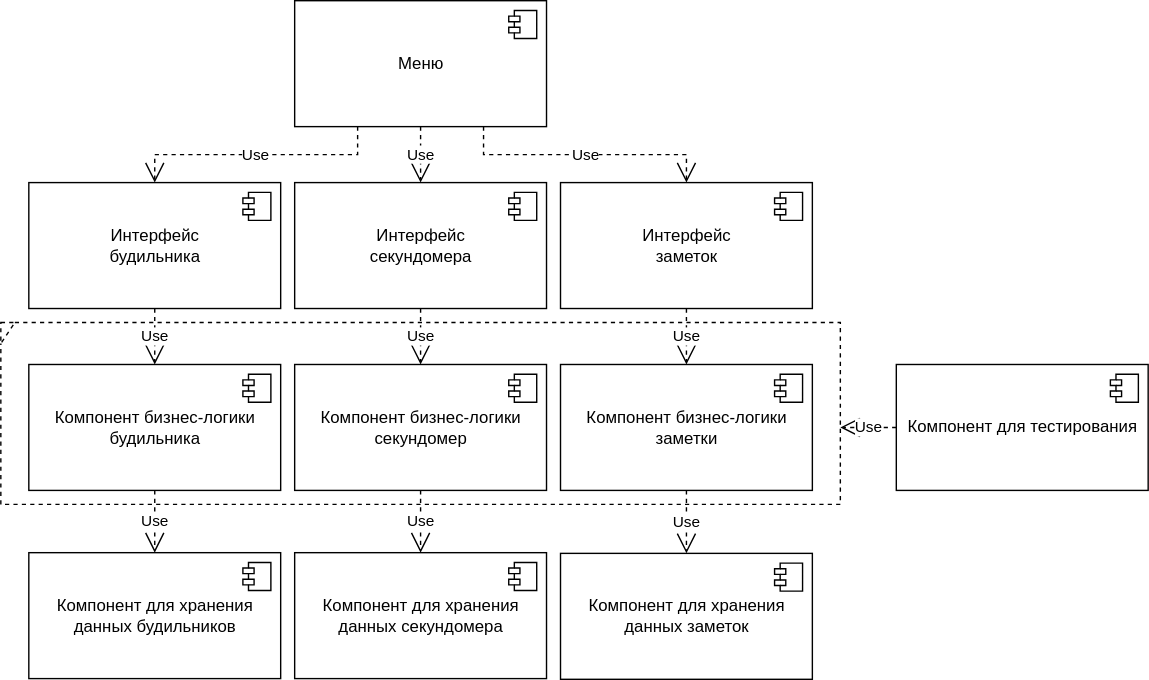
The draw.io diagram Изображения/Лаба-Схема компонентов.svg in izen57/PPO, before a commit. Source tidied: cells renumbered, new cells last; positions are measured from the earlier drawing's top-left corner, leaving out a move shared by most shapes.
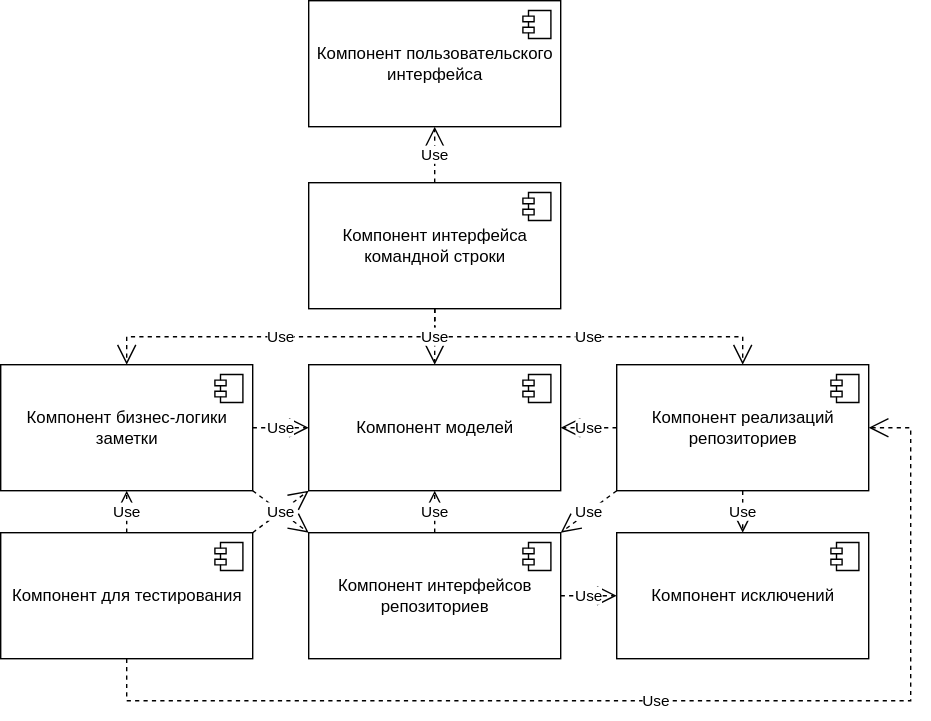
Later version of the same file.

The edit, as a diff of the source:
```diff
@@ -2,42 +2,16 @@
   <root>
     <mxCell id="0" />
     <mxCell id="1" parent="0" />
-    <mxCell id="2" value="&lt;div&gt;Компонент для хранения&lt;/div&gt;&lt;div&gt;данных секундомера&lt;/div&gt;" style="html=1;" parent="1" vertex="1">
-      <mxGeometry x="210" y="394.5" width="180" height="90" as="geometry" />
+    <mxCell id="2" value="&lt;div&gt;Компонент реализаций&lt;br&gt;&lt;/div&gt;&lt;div&gt;репозиториев&lt;/div&gt;" style="html=1;" parent="1" vertex="1">
+      <mxGeometry x="420" y="180" width="180" height="90" as="geometry" />
     </mxCell>
     <mxCell id="3" style="shape=module;jettyWidth=8;jettyHeight=4;" parent="2" vertex="1">
       <mxGeometry x="1" width="20" height="20" relative="1" as="geometry">
         <mxPoint x="-27" y="7" as="offset" />
       </mxGeometry>
     </mxCell>
-    <mxCell id="4" value="&lt;div&gt;Интерфейс&lt;br&gt;&lt;/div&gt;секундомера" style="html=1;" parent="1" vertex="1">
-      <mxGeometry x="210" y="130" width="180" height="90" as="geometry" />
-    </mxCell>
-    <mxCell id="5" style="shape=module;jettyWidth=8;jettyHeight=4;" parent="4" vertex="1">
-      <mxGeometry x="1" width="20" height="20" relative="1" as="geometry">
-        <mxPoint x="-27" y="7" as="offset" />
-      </mxGeometry>
-    </mxCell>
-    <mxCell id="6" value="Use" style="endArrow=open;endSize=12;dashed=1;html=1;rounded=0;exitX=0.5;exitY=1;exitDx=0;exitDy=0;entryX=0.5;entryY=0;entryDx=0;entryDy=0;startArrow=none;startFill=0;edgeStyle=elbowEdgeStyle;elbow=vertical;" parent="1" edge="1" target="2">
-      <mxGeometry relative="1" as="geometry">
-        <mxPoint x="300" y="350" as="sourcePoint" />
-      </mxGeometry>
-    </mxCell>
-    <mxCell id="7" value="Use" style="endArrow=open;endSize=12;dashed=1;html=1;rounded=0;exitX=0.5;exitY=1;exitDx=0;exitDy=0;entryX=0.5;entryY=0;entryDx=0;entryDy=0;startArrow=none;startFill=0;" parent="1" edge="1" source="4">
-      <mxGeometry relative="1" as="geometry">
-        <mxPoint x="300" y="260" as="targetPoint" />
-      </mxGeometry>
-    </mxCell>
-    <mxCell id="8" value="&lt;div&gt;Компонент бизнес-логики&lt;/div&gt;&lt;div&gt;будильника&lt;/div&gt;" style="html=1;" parent="1" vertex="1">
-      <mxGeometry x="20" y="260" width="180" height="90" as="geometry" />
-    </mxCell>
-    <mxCell id="9" style="shape=module;jettyWidth=8;jettyHeight=4;" parent="8" vertex="1">
-      <mxGeometry x="1" width="20" height="20" relative="1" as="geometry">
-        <mxPoint x="-27" y="7" as="offset" />
-      </mxGeometry>
-    </mxCell>
-    <mxCell id="10" value="&lt;div&gt;Компонент бизнес-логики&lt;/div&gt;&lt;div&gt;секундомер&lt;/div&gt;" style="html=1;" parent="1" vertex="1">
-      <mxGeometry x="210" y="260" width="180" height="90" as="geometry" />
+    <mxCell id="10" value="&lt;div&gt;Компонент исключений&lt;/div&gt;" style="html=1;" parent="1" vertex="1">
+      <mxGeometry x="420" y="300" width="180" height="90" as="geometry" />
     </mxCell>
     <mxCell id="11" style="shape=module;jettyWidth=8;jettyHeight=4;" parent="10" vertex="1">
       <mxGeometry x="1" width="20" height="20" relative="1" as="geometry">
@@ -45,87 +19,100 @@
       </mxGeometry>
     </mxCell>
     <mxCell id="12" value="&lt;div&gt;Компонент бизнес-логики&lt;/div&gt;&lt;div&gt;заметки&lt;/div&gt;" style="html=1;" parent="1" vertex="1">
-      <mxGeometry x="400" y="260" width="180" height="90" as="geometry" />
+      <mxGeometry x="-20" y="180" width="180" height="90" as="geometry" />
     </mxCell>
     <mxCell id="13" style="shape=module;jettyWidth=8;jettyHeight=4;" parent="12" vertex="1">
       <mxGeometry x="1" width="20" height="20" relative="1" as="geometry">
         <mxPoint x="-27" y="7" as="offset" />
       </mxGeometry>
     </mxCell>
-    <mxCell id="14" value="Use" style="endArrow=open;endSize=12;dashed=1;html=1;rounded=0;exitX=0.5;exitY=1;exitDx=0;exitDy=0;entryX=0.5;entryY=0;entryDx=0;entryDy=0;startArrow=none;startFill=0;edgeStyle=elbowEdgeStyle;elbow=vertical;" parent="1" edge="1" source="24" target="8">
-      <mxGeometry relative="1" as="geometry" />
-    </mxCell>
-    <mxCell id="15" value="Use" style="endArrow=open;endSize=12;dashed=1;html=1;rounded=0;exitX=0.5;exitY=1;exitDx=0;exitDy=0;entryX=0.5;entryY=0;entryDx=0;entryDy=0;startArrow=none;startFill=0;edgeStyle=elbowEdgeStyle;elbow=vertical;" parent="1" edge="1" source="22" target="12">
-      <mxGeometry relative="1" as="geometry" />
-    </mxCell>
-    <mxCell id="16" value="Use" style="endArrow=open;endSize=12;dashed=1;html=1;rounded=0;exitX=0.5;exitY=1;exitDx=0;exitDy=0;entryX=0.5;entryY=0;entryDx=0;entryDy=0;startArrow=none;startFill=0;edgeStyle=elbowEdgeStyle;elbow=vertical;endFill=0;" parent="1" edge="1" source="8" target="20">
-      <mxGeometry relative="1" as="geometry" />
-    </mxCell>
-    <mxCell id="17" value="Use" style="endArrow=open;endSize=12;dashed=1;html=1;rounded=0;exitX=0.5;exitY=1;exitDx=0;exitDy=0;startArrow=none;startFill=0;edgeStyle=elbowEdgeStyle;elbow=vertical;entryX=0.5;entryY=0;entryDx=0;entryDy=0;" parent="1" edge="1" source="12" target="18">
-      <mxGeometry relative="1" as="geometry" />
-    </mxCell>
-    <mxCell id="18" value="&lt;div&gt;Компонент для хранения&lt;/div&gt;&lt;div&gt;данных заметок&lt;/div&gt;" style="html=1;" parent="1" vertex="1">
-      <mxGeometry x="400" y="395" width="180" height="90" as="geometry" />
+    <mxCell id="18" value="&lt;div&gt;Компонент моделей&lt;/div&gt;" style="html=1;" parent="1" vertex="1">
+      <mxGeometry x="200" y="180" width="180" height="90" as="geometry" />
     </mxCell>
     <mxCell id="19" style="shape=module;jettyWidth=8;jettyHeight=4;" parent="18" vertex="1">
       <mxGeometry x="1" width="20" height="20" relative="1" as="geometry">
         <mxPoint x="-27" y="7" as="offset" />
       </mxGeometry>
     </mxCell>
-    <mxCell id="20" value="&lt;div&gt;Компонент для хранения&lt;/div&gt;&lt;div&gt;данных будильников&lt;/div&gt;" style="html=1;" parent="1" vertex="1">
-      <mxGeometry x="20" y="394.5" width="180" height="90" as="geometry" />
+    <mxCell id="20" value="&lt;div&gt;Компонент интерфейсов&lt;/div&gt;&lt;div&gt;репозиториев&lt;br&gt;&lt;/div&gt;" style="html=1;" parent="1" vertex="1">
+      <mxGeometry x="200" y="300" width="180" height="90" as="geometry" />
     </mxCell>
     <mxCell id="21" style="shape=module;jettyWidth=8;jettyHeight=4;" parent="20" vertex="1">
       <mxGeometry x="1" width="20" height="20" relative="1" as="geometry">
         <mxPoint x="-27" y="7" as="offset" />
       </mxGeometry>
     </mxCell>
-    <mxCell id="22" value="&lt;div&gt;Интерфейс&lt;/div&gt;заметок" style="html=1;" parent="1" vertex="1">
-      <mxGeometry x="400" y="130" width="180" height="90" as="geometry" />
+    <mxCell id="22" value="&lt;div&gt;Компонент пользовательского&lt;/div&gt;&lt;div&gt;интерфейса&lt;br&gt;&lt;/div&gt;" style="html=1;" parent="1" vertex="1">
+      <mxGeometry x="200" y="-80" width="180" height="90" as="geometry" />
     </mxCell>
     <mxCell id="23" style="shape=module;jettyWidth=8;jettyHeight=4;" parent="22" vertex="1">
       <mxGeometry x="1" width="20" height="20" relative="1" as="geometry">
         <mxPoint x="-27" y="7" as="offset" />
       </mxGeometry>
     </mxCell>
-    <mxCell id="24" value="&lt;div&gt;Интерфейс&lt;/div&gt;&lt;div&gt;будильника&lt;br&gt;&lt;/div&gt;" style="html=1;" parent="1" vertex="1">
-      <mxGeometry x="20" y="130" width="180" height="90" as="geometry" />
-    </mxCell>
-    <mxCell id="25" style="shape=module;jettyWidth=8;jettyHeight=4;" parent="24" vertex="1">
-      <mxGeometry x="1" width="20" height="20" relative="1" as="geometry">
-        <mxPoint x="-27" y="7" as="offset" />
-      </mxGeometry>
-    </mxCell>
-    <mxCell id="26" value="Меню" style="html=1;" parent="1" vertex="1">
-      <mxGeometry x="210" width="180" height="90" as="geometry" />
+    <mxCell id="26" value="&lt;div&gt;Компонент интерфейса&lt;/div&gt;&lt;div&gt;командной строки&lt;br&gt;&lt;/div&gt;" style="html=1;" parent="1" vertex="1">
+      <mxGeometry x="200" y="50" width="180" height="90" as="geometry" />
     </mxCell>
     <mxCell id="27" style="shape=module;jettyWidth=8;jettyHeight=4;" parent="26" vertex="1">
       <mxGeometry x="1" width="20" height="20" relative="1" as="geometry">
         <mxPoint x="-27" y="7" as="offset" />
       </mxGeometry>
     </mxCell>
-    <mxCell id="28" value="Use" style="endArrow=open;endSize=12;dashed=1;html=1;rounded=0;exitX=0.25;exitY=1;exitDx=0;exitDy=0;entryX=0.5;entryY=0;entryDx=0;entryDy=0;startArrow=none;startFill=0;edgeStyle=elbowEdgeStyle;elbow=vertical;" parent="1" edge="1" source="26" target="24">
-      <mxGeometry relative="1" as="geometry" />
-    </mxCell>
-    <mxCell id="29" value="Use" style="endArrow=open;endSize=12;dashed=1;html=1;rounded=0;exitX=0.5;exitY=1;exitDx=0;exitDy=0;entryX=0.5;entryY=0;entryDx=0;entryDy=0;startArrow=none;startFill=0;edgeStyle=elbowEdgeStyle;elbow=vertical;" parent="1" edge="1" source="26" target="4">
-      <mxGeometry relative="1" as="geometry" />
-    </mxCell>
-    <mxCell id="30" value="Use" style="endArrow=open;endSize=12;dashed=1;html=1;rounded=0;exitX=0.75;exitY=1;exitDx=0;exitDy=0;entryX=0.5;entryY=0;entryDx=0;entryDy=0;startArrow=none;startFill=0;edgeStyle=elbowEdgeStyle;elbow=vertical;" parent="1" edge="1" source="26" target="22">
-      <mxGeometry relative="1" as="geometry" />
-    </mxCell>
-    <mxCell id="31" style="shape=umlFrame;whiteSpace=wrap;html=1;width=10;height=15;dashed=1;" parent="1" vertex="1">
-      <mxGeometry y="230" width="600" height="130" as="geometry" />
-    </mxCell>
     <mxCell id="32" value="Компонент для тестирования" style="html=1;" parent="1" vertex="1">
-      <mxGeometry x="640" y="260" width="180" height="90" as="geometry" />
+      <mxGeometry x="-20" y="300" width="180" height="90" as="geometry" />
     </mxCell>
     <mxCell id="33" style="shape=module;jettyWidth=8;jettyHeight=4;" parent="32" vertex="1">
       <mxGeometry x="1" width="20" height="20" relative="1" as="geometry">
         <mxPoint x="-27" y="7" as="offset" />
       </mxGeometry>
     </mxCell>
-    <mxCell id="34" value="Use" style="endArrow=open;endSize=12;dashed=1;html=1;rounded=0;exitX=0;exitY=0.5;exitDx=0;exitDy=0;startArrow=none;startFill=0;edgeStyle=elbowEdgeStyle;elbow=vertical;" parent="1" edge="1" source="32" target="31">
-      <mxGeometry relative="1" as="geometry" />
-    </mxCell>
+    <mxCell id="35" value="Use" style="endArrow=open;endSize=12;dashed=1;html=1;rounded=0;entryX=0.5;entryY=0;entryDx=0;entryDy=0;exitX=0.5;exitY=1;exitDx=0;exitDy=0;edgeStyle=orthogonalEdgeStyle;" parent="1" edge="1" source="26" target="12">
+      <mxGeometry relative="1" as="geometry" />
+    </mxCell>
+    <mxCell id="36" value="Use" style="endArrow=open;endSize=12;dashed=1;html=1;rounded=0;exitX=0.5;exitY=1;exitDx=0;exitDy=0;entryX=0.5;entryY=0;entryDx=0;entryDy=0;edgeStyle=orthogonalEdgeStyle;" parent="1" edge="1" source="26" target="2">
+      <mxGeometry relative="1" as="geometry" />
+    </mxCell>
+    <mxCell id="37" value="Use" style="endArrow=open;endSize=12;dashed=1;html=1;rounded=0;exitX=0.5;exitY=1;exitDx=0;exitDy=0;entryX=0.5;entryY=0;entryDx=0;entryDy=0;edgeStyle=orthogonalEdgeStyle;" parent="1" edge="1" source="26" target="18">
+      <mxGeometry relative="1" as="geometry" />
+    </mxCell>
+    <mxCell id="30" value="Use" style="endArrow=open;endSize=12;dashed=1;html=1;rounded=0;entryX=0.5;entryY=1;entryDx=0;entryDy=0;exitX=0.5;exitY=0;exitDx=0;exitDy=0;" parent="1" edge="1" source="26" target="22">
+      <mxGeometry relative="1" as="geometry" />
+    </mxCell>
+    <mxCell id="17" value="Use" style="endArrow=open;endSize=12;dashed=1;html=1;rounded=0;entryX=0;entryY=0.5;entryDx=0;entryDy=0;exitX=1;exitY=0.5;exitDx=0;exitDy=0;" parent="1" edge="1" source="12" target="18">
+      <mxGeometry relative="1" as="geometry" />
+    </mxCell>
+    <mxCell id="38" value="Use" style="endArrow=open;endSize=12;dashed=1;html=1;rounded=0;entryX=0;entryY=0;entryDx=0;entryDy=0;exitX=1;exitY=1;exitDx=0;exitDy=0;" parent="1" edge="1" source="12" target="20">
+      <mxGeometry relative="1" as="geometry" />
+    </mxCell>
+    <mxCell id="39" value="Use" style="endArrow=open;endSize=12;dashed=1;html=1;rounded=0;entryX=0.5;entryY=0;entryDx=0;entryDy=0;exitX=0.5;exitY=1;exitDx=0;exitDy=0;" parent="1" edge="1" source="2" target="10">
+      <mxGeometry relative="1" as="geometry" />
+    </mxCell>
+    <mxCell id="40" value="Use" style="endArrow=open;endSize=12;dashed=1;html=1;rounded=0;entryX=0;entryY=0.5;entryDx=0;entryDy=0;exitX=1;exitY=0.5;exitDx=0;exitDy=0;" parent="1" edge="1" source="20" target="10">
+      <mxGeometry relative="1" as="geometry" />
+    </mxCell>
+    <mxCell id="41" value="Use" style="endArrow=open;endSize=12;dashed=1;html=1;rounded=0;entryX=0.5;entryY=1;entryDx=0;entryDy=0;exitX=0.5;exitY=0;exitDx=0;exitDy=0;" parent="1" edge="1" source="20" target="18">
+      <mxGeometry relative="1" as="geometry" />
+    </mxCell>
+    <mxCell id="42" value="Use" style="endArrow=open;endSize=12;dashed=1;html=1;rounded=0;entryX=1;entryY=0.5;entryDx=0;entryDy=0;exitX=0;exitY=0.5;exitDx=0;exitDy=0;" parent="1" edge="1" source="2" target="18">
+      <mxGeometry relative="1" as="geometry" />
+    </mxCell>
+    <mxCell id="43" value="Use" style="endArrow=open;endSize=12;dashed=1;html=1;rounded=0;entryX=1;entryY=0;entryDx=0;entryDy=0;exitX=0;exitY=1;exitDx=0;exitDy=0;" parent="1" edge="1" source="2" target="20">
+      <mxGeometry relative="1" as="geometry" />
+    </mxCell>
+    <mxCell id="44" value="Use" style="endArrow=open;endSize=12;dashed=1;html=1;rounded=0;entryX=0.5;entryY=1;entryDx=0;entryDy=0;exitX=0.5;exitY=0;exitDx=0;exitDy=0;" parent="1" edge="1" source="32" target="12">
+      <mxGeometry relative="1" as="geometry" />
+    </mxCell>
+    <mxCell id="45" value="Use" style="endArrow=open;endSize=12;dashed=1;html=1;rounded=0;entryX=0;entryY=1;entryDx=0;entryDy=0;exitX=1;exitY=0;exitDx=0;exitDy=0;" parent="1" edge="1" source="32" target="18">
+      <mxGeometry relative="1" as="geometry" />
+    </mxCell>
+    <mxCell id="46" value="Use" style="endArrow=open;endSize=12;dashed=1;html=1;rounded=0;entryX=1;entryY=0.5;entryDx=0;entryDy=0;exitX=0.5;exitY=1;exitDx=0;exitDy=0;edgeStyle=orthogonalEdgeStyle;" parent="1" edge="1" source="32" target="2">
+      <mxGeometry relative="1" as="geometry">
+        <Array as="points">
+          <mxPoint x="70" y="420" />
+          <mxPoint x="630" y="420" />
+          <mxPoint x="630" y="225" />
+        </Array>
+      </mxGeometry>
+    </mxCell>
   </root>
 </mxGraphModel>
```
